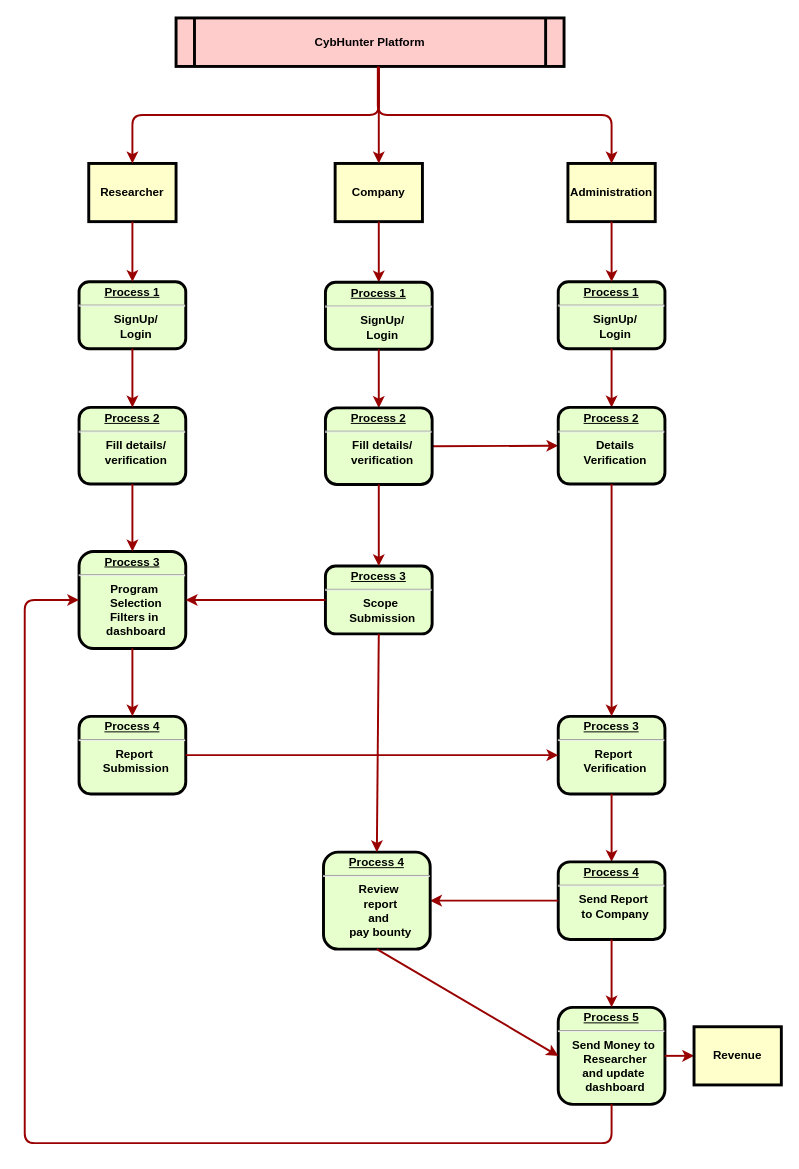
This is Untitled Diagram.drawio from Aakash074/CORS, a draw.io file, before an edit. Source tidied: cells renumbered, new cells numbered last; positions are measured from the earlier drawing's top-left corner, leaving out a move shared by most shapes. Both pictures are drawn from the tidied source at 97%, with x=0, y=0 at pixel (24, 17).
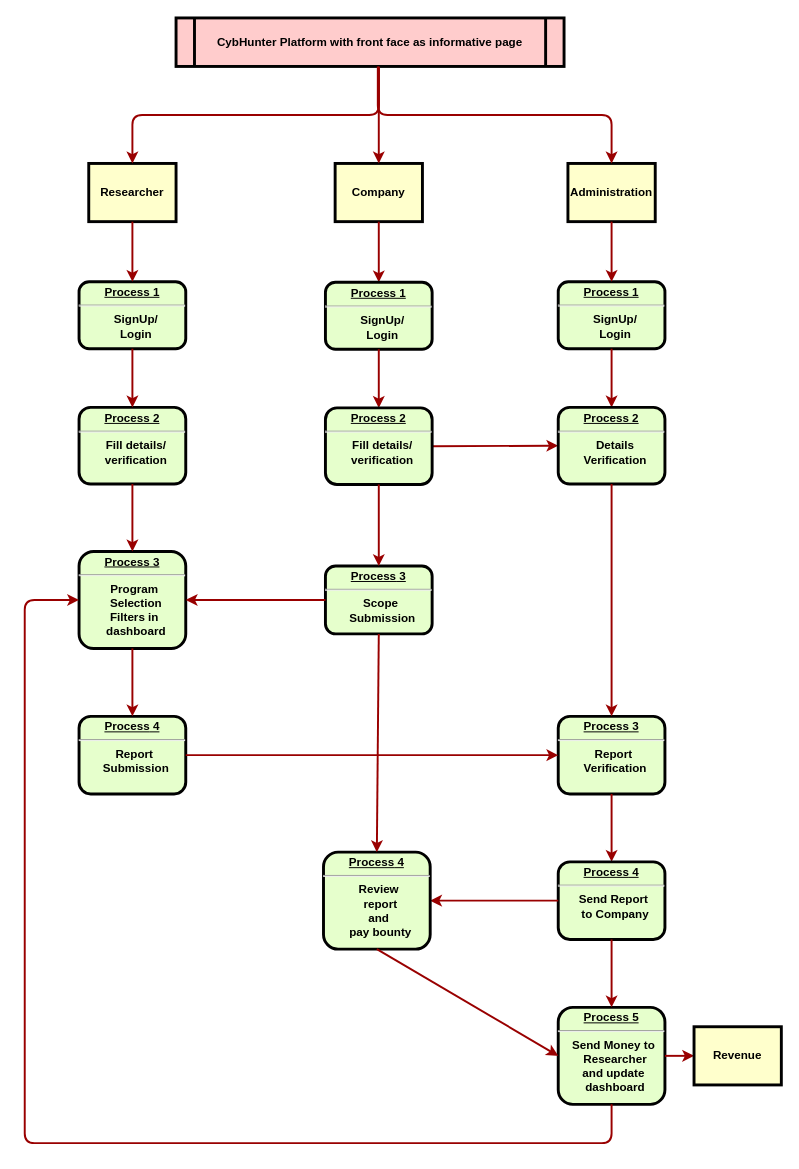
The same page after the edit.

What changed in the source:
```diff
@@
-    <mxCell id="5" value="CybHunter Platform" style="shape=process;whiteSpace=wrap;align=center;verticalAlign=middle;size=0.0475;fontStyle=1;strokeWidth=3;fillColor=#FFCCCC;" parent="1" vertex="1">
+    <mxCell id="5" value="CybHunter Platform with front face as informative page" style="shape=process;whiteSpace=wrap;align=center;verticalAlign=middle;size=0.0475;fontStyle=1;strokeWidth=3;fillColor=#FFCCCC;" parent="1" vertex="1">
       <mxGeometry x="156" width="400" height="50" as="geometry" />
     </mxCell>
```
